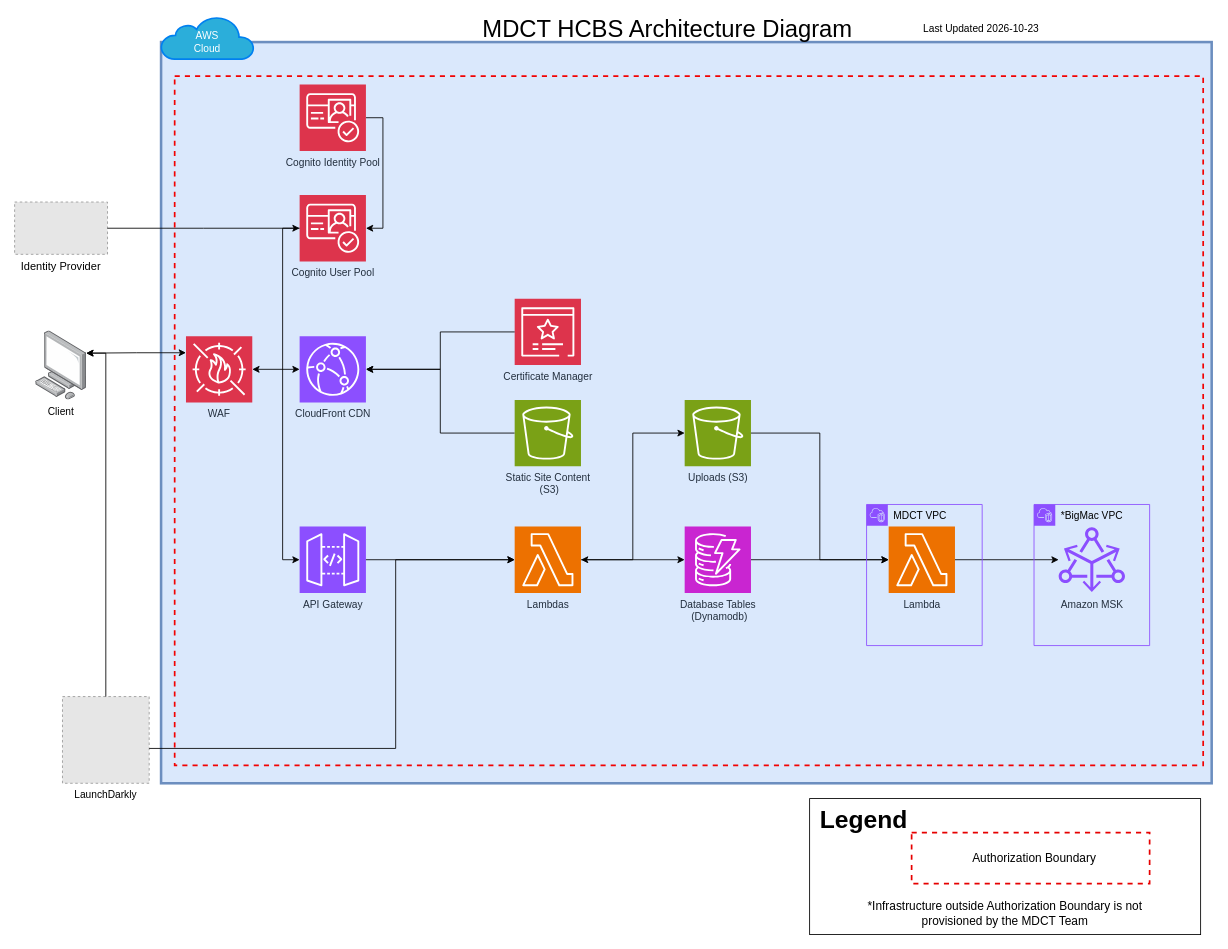
The draw.io diagram .images/architecture-hcbs.drawio in Enterprise-CMCS/macpro-mdct-hcbs, before the edit. Source tidied: cells renumbered, new cells numbered last; positions are measured from the earlier drawing's top-left corner, leaving out a move shared by most shapes. Both pictures are drawn from the tidied source at 85%, with x=0, y=0 at pixel (14, 16). Pictures stored in the file or linked from it are replaced by grey dashed boxes.
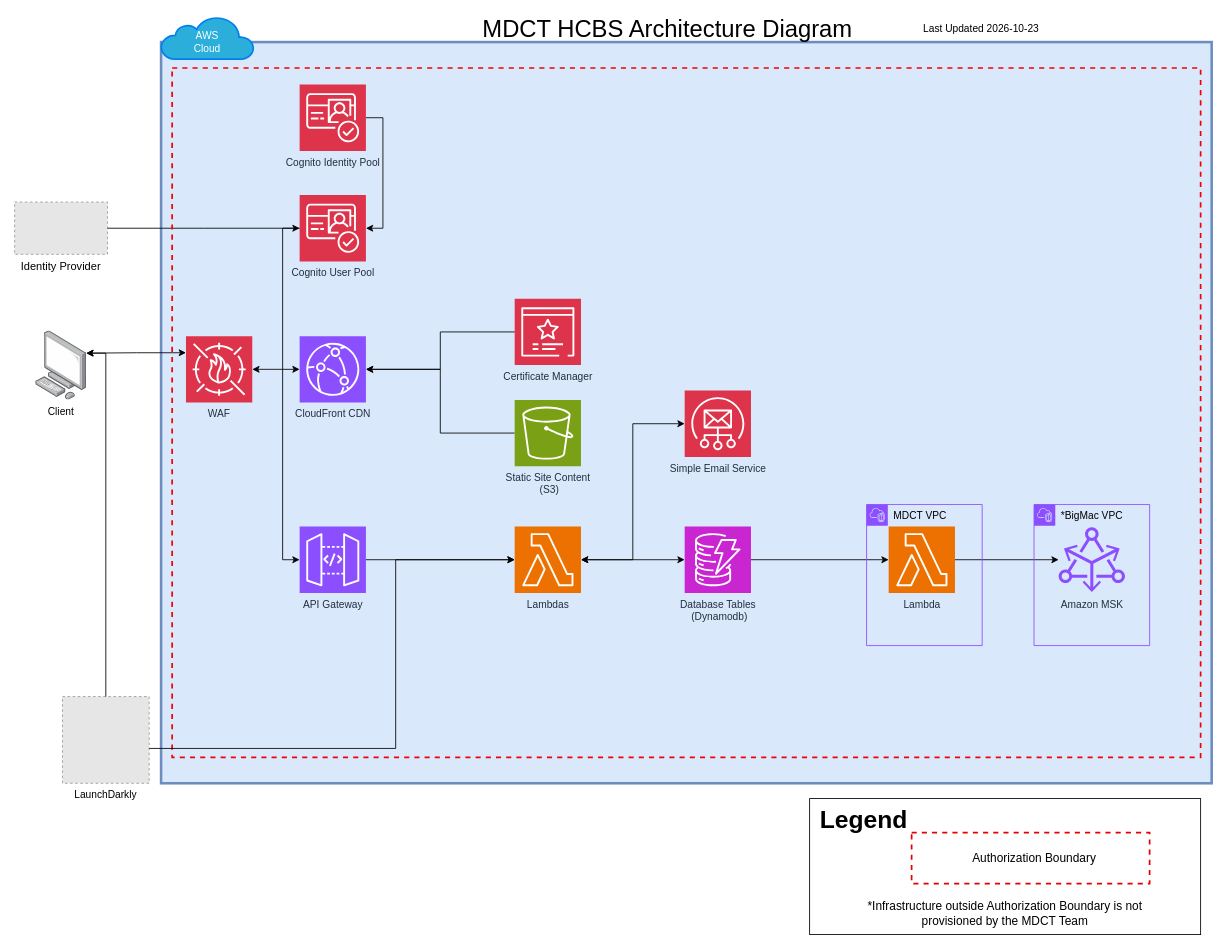
Above is the later version.

The change refers to these unchanged cells:
```xml
<mxCell id="14" value="Lambdas" style="sketch=0;points=[[0,0,0],[0.25,0,0],[0.5,0,0],[0.75,0,0],[1,0,0],[0,1,0],[0.25,1,0],[0.5,1,0],[0.75,1,0],[1,1,0],[0,0.25,0],[0,0.5,0],[0,0.75,0],[1,0.25,0],[1,0.5,0],[1,0.75,0]];outlineConnect=0;fontColor=#232F3E;fillColor=#ED7100;strokeColor=#ffffff;dashed=0;verticalLabelPosition=bottom;verticalAlign=top;align=center;html=1;fontSize=12;fontStyle=0;shape=mxgraph.aws4.resourceIcon;resIcon=mxgraph.aws4.lambda;labelPerimeter=1;" parent="1" vertex="1">
  <mxGeometry x="588" y="600" width="78" height="78" as="geometry" />
</mxCell>
<mxCell id="18" value="Lambda" style="sketch=0;points=[[0,0,0],[0.25,0,0],[0.5,0,0],[0.75,0,0],[1,0,0],[0,1,0],[0.25,1,0],[0.5,1,0],[0.75,1,0],[1,1,0],[0,0.25,0],[0,0.5,0],[0,0.75,0],[1,0.25,0],[1,0.5,0],[1,0.75,0]];outlineConnect=0;fontColor=#232F3E;fillColor=#ED7100;strokeColor=#ffffff;dashed=0;verticalLabelPosition=bottom;verticalAlign=top;align=center;html=1;fontSize=12;fontStyle=0;shape=mxgraph.aws4.resourceIcon;resIcon=mxgraph.aws4.lambda;labelPerimeter=1;" parent="1" vertex="1">
  <mxGeometry x="1028" y="600" width="78" height="78" as="geometry" />
</mxCell>
```

The edit, as a diff of the source:
```diff
@@
-    <mxCell id="11" value="Uploads (S3)" style="sketch=0;points=[[0,0,0],[0.25,0,0],[0.5,0,0],[0.75,0,0],[1,0,0],[0,1,0],[0.25,1,0],[0.5,1,0],[0.75,1,0],[1,1,0],[0,0.25,0],[0,0.5,0],[0,0.75,0],[1,0.25,0],[1,0.5,0],[1,0.75,0]];outlineConnect=0;fontColor=#232F3E;fillColor=#7AA116;strokeColor=#ffffff;dashed=0;verticalLabelPosition=bottom;verticalAlign=top;align=center;html=1;fontSize=12;fontStyle=0;shape=mxgraph.aws4.resourceIcon;resIcon=mxgraph.aws4.s3;labelPerimeter=1;" parent="1" vertex="1">
-      <mxGeometry x="788" y="451" width="78" height="78" as="geometry" />
-    </mxCell>
@@
-    <mxCell id="25" style="edgeStyle=orthogonalEdgeStyle;rounded=0;jettySize=auto;html=1;entryX=0;entryY=0.5;entryDx=0;entryDy=0;entryPerimeter=0;defaultLabelBackgroundColor=page;" parent="1" edge="1" source="14" target="11">
+    <mxCell id="25" style="edgeStyle=orthogonalEdgeStyle;rounded=0;jettySize=auto;html=1;entryX=0;entryY=0.5;entryDx=0;entryDy=0;entryPerimeter=0;defaultLabelBackgroundColor=page;startArrow=classic;startFill=1;" parent="1" edge="1" source="14" target="46">
       <mxGeometry relative="1" as="geometry" />
     </mxCell>
@@
-    <mxCell id="27" style="edgeStyle=orthogonalEdgeStyle;rounded=0;jettySize=auto;html=1;entryX=0;entryY=0.5;entryDx=0;entryDy=0;entryPerimeter=0;defaultLabelBackgroundColor=page;" parent="1" edge="1" source="11" target="18">
-      <mxGeometry relative="1" as="geometry" />
-    </mxCell>
     <mxCell id="28" style="rounded=0;whiteSpace=wrap;html=1;fillColor=none;dashed=1;strokeColor=light-dark(#f20202, #ededed);strokeWidth=2;" parent="1" vertex="1">
-      <mxGeometry x="188" y="70" width="1210" height="811" as="geometry" />
+      <mxGeometry x="185" y="60.5" width="1210" height="811" as="geometry" />
     </mxCell>
@@
+    <mxCell id="46" value="Simple Email Service" style="sketch=0;points=[[0,0,0],[0.25,0,0],[0.5,0,0],[0.75,0,0],[1,0,0],[0,1,0],[0.25,1,0],[0.5,1,0],[0.75,1,0],[1,1,0],[0,0.25,0],[0,0.5,0],[0,0.75,0],[1,0.25,0],[1,0.5,0],[1,0.75,0]];outlineConnect=0;fontColor=#232F3E;fillColor=#DD344C;strokeColor=#ffffff;dashed=0;verticalLabelPosition=bottom;verticalAlign=top;align=center;html=1;fontSize=12;fontStyle=0;shape=mxgraph.aws4.resourceIcon;resIcon=mxgraph.aws4.simple_email_service;labelPerimeter=1;" parent="1" vertex="1">
+      <mxGeometry x="788" y="440" width="78" height="78" as="geometry" />
+    </mxCell>
```
